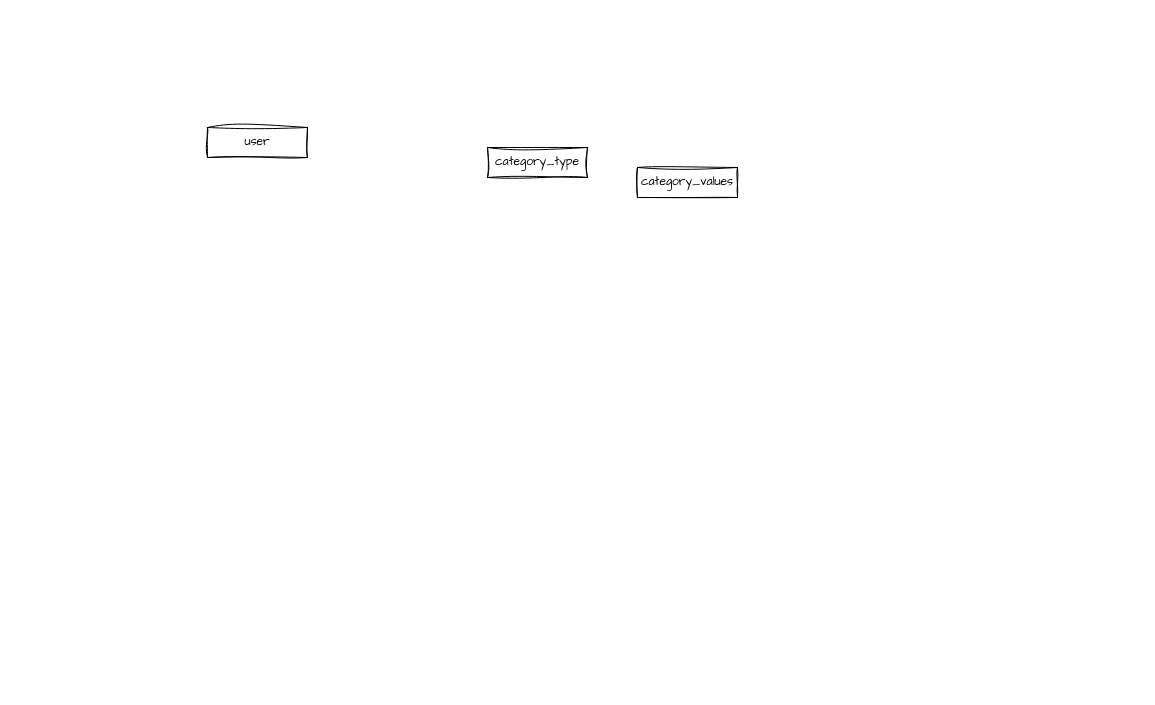
Vulpes0Zerda/archive-wizard-backend keeps this draw.io diagram as docs/infra/ConceptionalERD.drawio. Above is the earlier version. Source tidied: cells renumbered, new cells numbered last; positions are measured from the earlier drawing's top-left corner, leaving out a move shared by most shapes. Both pictures are drawn from the tidied source at 100%, with x=0, y=0 at pixel (207, 127).
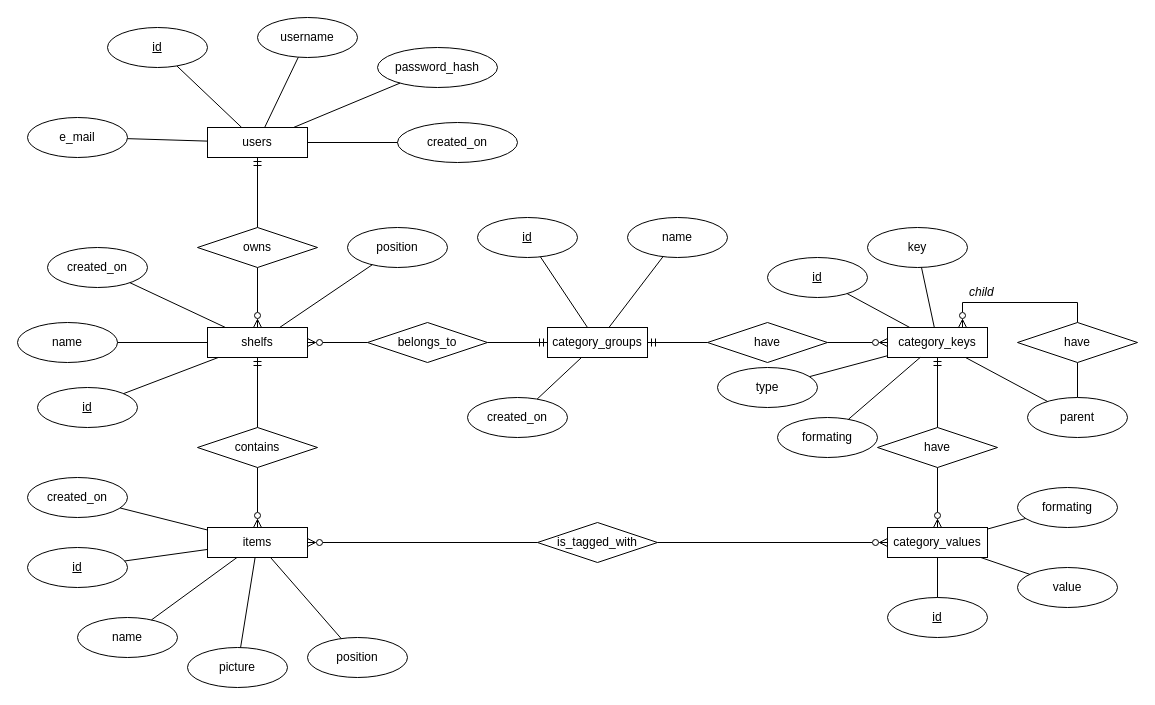
Above is the later version.

Commit message (it also covers changes not shown here):
ER diagram - first draft

What changed in the source:
```diff
@@
-    <mxCell id="2" value="user" style="whiteSpace=wrap;html=1;align=center;sketch=1;hachureGap=4;jiggle=2;curveFitting=1;fontFamily=Architects Daughter;" parent="1" vertex="1">
+    <mxCell id="2" value="users" style="whiteSpace=wrap;html=1;align=center;hachureGap=4;fontFamily=Helvetica;" parent="1" vertex="1">
       <mxGeometry width="100" height="30" as="geometry" />
     </mxCell>
-    <mxCell id="3" value="category_type" style="whiteSpace=wrap;html=1;align=center;sketch=1;hachureGap=4;jiggle=2;curveFitting=1;fontFamily=Architects Daughter;" parent="1" vertex="1">
-      <mxGeometry x="280" y="20" width="100" height="30" as="geometry" />
+    <mxCell id="3" value="category_keys" style="whiteSpace=wrap;html=1;align=center;hachureGap=4;fontFamily=Helvetica;" parent="1" vertex="1">
+      <mxGeometry x="680" y="200" width="100" height="30" as="geometry" />
     </mxCell>
-    <mxCell id="4" value="category_values" style="whiteSpace=wrap;html=1;align=center;sketch=1;hachureGap=4;jiggle=2;curveFitting=1;fontFamily=Architects Daughter;" parent="1" vertex="1">
-      <mxGeometry x="430" y="40" width="100" height="30" as="geometry" />
+    <mxCell id="4" value="category_values" style="whiteSpace=wrap;html=1;align=center;hachureGap=4;fontFamily=Helvetica;" parent="1" vertex="1">
+      <mxGeometry x="680" y="400" width="100" height="30" as="geometry" />
     </mxCell>
+    <mxCell id="5" value="username" style="ellipse;whiteSpace=wrap;html=1;align=center;hachureGap=4;fontFamily=Helvetica;" parent="1" vertex="1">
+      <mxGeometry x="50" y="-110" width="100" height="40" as="geometry" />
+    </mxCell>
+    <mxCell id="6" value="id" style="ellipse;whiteSpace=wrap;html=1;align=center;fontStyle=4;hachureGap=4;fontFamily=Helvetica;" parent="1" vertex="1">
+      <mxGeometry x="-100" y="-100" width="100" height="40" as="geometry" />
+    </mxCell>
+    <mxCell id="7" style="edgeStyle=none;rounded=0;hachureGap=4;jettySize=auto;html=1;fontFamily=Helvetica;endArrow=none;endFill=0;" parent="1" edge="1" source="8" target="2">
+      <mxGeometry relative="1" as="geometry" />
+    </mxCell>
+    <mxCell id="8" value="e_mail" style="ellipse;whiteSpace=wrap;html=1;align=center;hachureGap=4;fontFamily=Helvetica;" parent="1" vertex="1">
+      <mxGeometry x="-180" y="-10" width="100" height="40" as="geometry" />
+    </mxCell>
+    <mxCell id="9" value="password_hash" style="ellipse;whiteSpace=wrap;html=1;align=center;hachureGap=4;fontFamily=Helvetica;" parent="1" vertex="1">
+      <mxGeometry x="170" y="-80" width="120" height="40" as="geometry" />
+    </mxCell>
+    <mxCell id="10" style="edgeStyle=none;rounded=0;hachureGap=4;jettySize=auto;html=1;fontFamily=Helvetica;endArrow=none;endFill=0;" parent="1" edge="1" source="6" target="2">
+      <mxGeometry relative="1" as="geometry" />
+    </mxCell>
+    <mxCell id="11" style="edgeStyle=none;rounded=0;hachureGap=4;jettySize=auto;html=1;fontFamily=Helvetica;endArrow=none;endFill=0;" parent="1" edge="1" source="5" target="2">
+      <mxGeometry relative="1" as="geometry" />
+    </mxCell>
+    <mxCell id="12" style="edgeStyle=none;rounded=0;hachureGap=4;jettySize=auto;html=1;fontFamily=Helvetica;endArrow=none;endFill=0;" parent="1" edge="1" source="2" target="9">
+      <mxGeometry relative="1" as="geometry" />
+    </mxCell>
+    <mxCell id="13" value="shelfs" style="whiteSpace=wrap;html=1;align=center;hachureGap=4;fontFamily=Helvetica;" parent="1" vertex="1">
+      <mxGeometry y="200" width="100" height="30" as="geometry" />
+    </mxCell>
+    <mxCell id="14" style="edgeStyle=orthogonalEdgeStyle;rounded=0;hachureGap=4;jettySize=auto;html=1;exitX=0.5;exitY=0;exitDx=0;exitDy=0;entryX=0.5;entryY=1;entryDx=0;entryDy=0;fontFamily=Helvetica;endArrow=ERmandOne;endFill=0;" parent="1" edge="1" source="16" target="2">
+      <mxGeometry relative="1" as="geometry" />
+    </mxCell>
+    <mxCell id="15" style="edgeStyle=orthogonalEdgeStyle;rounded=0;hachureGap=4;jettySize=auto;html=1;exitX=0.5;exitY=1;exitDx=0;exitDy=0;entryX=0.5;entryY=0;entryDx=0;entryDy=0;fontFamily=Helvetica;endArrow=ERzeroToMany;endFill=0;" parent="1" edge="1" source="16" target="13">
+      <mxGeometry relative="1" as="geometry" />
+    </mxCell>
+    <mxCell id="16" value="owns" style="shape=rhombus;perimeter=rhombusPerimeter;whiteSpace=wrap;html=1;align=center;hachureGap=4;fontFamily=Helvetica;" parent="1" vertex="1">
+      <mxGeometry x="-10" y="100" width="120" height="40" as="geometry" />
+    </mxCell>
+    <mxCell id="17" value="items" style="whiteSpace=wrap;html=1;align=center;hachureGap=4;fontFamily=Helvetica;" parent="1" vertex="1">
+      <mxGeometry y="400" width="100" height="30" as="geometry" />
+    </mxCell>
+    <mxCell id="18" style="edgeStyle=orthogonalEdgeStyle;rounded=0;hachureGap=4;jettySize=auto;html=1;exitX=0.5;exitY=0;exitDx=0;exitDy=0;fontFamily=Helvetica;endArrow=ERmandOne;endFill=0;entryX=0.5;entryY=1;entryDx=0;entryDy=0;" parent="1" edge="1" source="20" target="13">
+      <mxGeometry relative="1" as="geometry" />
+    </mxCell>
+    <mxCell id="19" style="edgeStyle=orthogonalEdgeStyle;rounded=0;hachureGap=4;jettySize=auto;html=1;exitX=0.5;exitY=1;exitDx=0;exitDy=0;fontFamily=Helvetica;endArrow=ERzeroToMany;endFill=0;entryX=0.5;entryY=0;entryDx=0;entryDy=0;" parent="1" edge="1" source="20" target="17">
+      <mxGeometry relative="1" as="geometry" />
+    </mxCell>
+    <mxCell id="20" value="contains" style="shape=rhombus;perimeter=rhombusPerimeter;whiteSpace=wrap;html=1;align=center;hachureGap=4;fontFamily=Helvetica;" parent="1" vertex="1">
+      <mxGeometry x="-10" y="300" width="120" height="40" as="geometry" />
+    </mxCell>
+    <mxCell id="21" value="created_on" style="ellipse;whiteSpace=wrap;html=1;align=center;hachureGap=4;fontFamily=Helvetica;" parent="1" vertex="1">
+      <mxGeometry x="-160" y="120" width="100" height="40" as="geometry" />
+    </mxCell>
+    <mxCell id="22" style="edgeStyle=none;rounded=0;hachureGap=4;jettySize=auto;html=1;fontFamily=Helvetica;endArrow=none;endFill=0;" parent="1" edge="1" source="21" target="13">
+      <mxGeometry relative="1" as="geometry" />
+    </mxCell>
+    <mxCell id="23" style="edgeStyle=orthogonalEdgeStyle;rounded=0;hachureGap=4;jettySize=auto;html=1;exitX=0;exitY=0.5;exitDx=0;exitDy=0;entryX=1;entryY=0.5;entryDx=0;entryDy=0;fontFamily=Architects Daughter;endArrow=ERzeroToMany;endFill=0;" parent="1" edge="1" source="25" target="13">
+      <mxGeometry relative="1" as="geometry" />
+    </mxCell>
+    <mxCell id="24" style="edgeStyle=orthogonalEdgeStyle;rounded=0;hachureGap=4;jettySize=auto;html=1;exitX=1;exitY=0.5;exitDx=0;exitDy=0;entryX=0;entryY=0.5;entryDx=0;entryDy=0;fontFamily=Architects Daughter;endArrow=ERmandOne;endFill=0;" parent="1" edge="1" source="25" target="54">
+      <mxGeometry relative="1" as="geometry" />
+    </mxCell>
+    <mxCell id="25" value="belongs_to" style="shape=rhombus;perimeter=rhombusPerimeter;whiteSpace=wrap;html=1;align=center;hachureGap=4;fontFamily=Helvetica;" parent="1" vertex="1">
+      <mxGeometry x="160" y="195" width="120" height="40" as="geometry" />
+    </mxCell>
+    <mxCell id="26" value="created_on" style="ellipse;whiteSpace=wrap;html=1;align=center;hachureGap=4;fontFamily=Helvetica;" parent="1" vertex="1">
+      <mxGeometry x="190" y="-5" width="120" height="40" as="geometry" />
+    </mxCell>
+    <mxCell id="27" style="edgeStyle=none;rounded=0;hachureGap=4;jettySize=auto;html=1;fontFamily=Helvetica;endArrow=none;endFill=0;" parent="1" edge="1" source="2" target="26">
+      <mxGeometry relative="1" as="geometry" />
+    </mxCell>
+    <mxCell id="28" value="name" style="ellipse;whiteSpace=wrap;html=1;align=center;hachureGap=4;fontFamily=Helvetica;" parent="1" vertex="1">
+      <mxGeometry x="-190" y="195" width="100" height="40" as="geometry" />
+    </mxCell>
+    <mxCell id="29" style="edgeStyle=none;rounded=0;hachureGap=4;jettySize=auto;html=1;fontFamily=Helvetica;endArrow=none;endFill=0;" parent="1" edge="1" source="28" target="13">
+      <mxGeometry relative="1" as="geometry" />
+    </mxCell>
+    <mxCell id="30" value="id" style="ellipse;whiteSpace=wrap;html=1;align=center;fontStyle=4;hachureGap=4;fontFamily=Helvetica;" parent="1" vertex="1">
+      <mxGeometry x="-170" y="260" width="100" height="40" as="geometry" />
+    </mxCell>
+    <mxCell id="31" style="edgeStyle=none;rounded=0;hachureGap=4;jettySize=auto;html=1;fontFamily=Helvetica;endArrow=none;endFill=0;" parent="1" edge="1" source="30" target="13">
+      <mxGeometry relative="1" as="geometry" />
+    </mxCell>
+    <mxCell id="32" style="edgeStyle=orthogonalEdgeStyle;rounded=0;hachureGap=4;jettySize=auto;html=1;exitX=0;exitY=0.5;exitDx=0;exitDy=0;entryX=1;entryY=0.5;entryDx=0;entryDy=0;fontFamily=Architects Daughter;endArrow=ERzeroToMany;endFill=0;" parent="1" edge="1" source="34" target="17">
+      <mxGeometry relative="1" as="geometry" />
+    </mxCell>
+    <mxCell id="33" style="edgeStyle=orthogonalEdgeStyle;rounded=0;hachureGap=4;jettySize=auto;html=1;exitX=1;exitY=0.5;exitDx=0;exitDy=0;entryX=0;entryY=0.5;entryDx=0;entryDy=0;fontFamily=Architects Daughter;endArrow=ERzeroToMany;endFill=0;" parent="1" edge="1" source="34" target="4">
+      <mxGeometry relative="1" as="geometry" />
+    </mxCell>
+    <mxCell id="34" value="is_tagged_with" style="shape=rhombus;perimeter=rhombusPerimeter;whiteSpace=wrap;html=1;align=center;hachureGap=4;fontFamily=Helvetica;" parent="1" vertex="1">
+      <mxGeometry x="330" y="395" width="120" height="40" as="geometry" />
+    </mxCell>
+    <mxCell id="35" style="edgeStyle=orthogonalEdgeStyle;rounded=0;hachureGap=4;jettySize=auto;html=1;exitX=0.5;exitY=0;exitDx=0;exitDy=0;entryX=0.5;entryY=1;entryDx=0;entryDy=0;fontFamily=Architects Daughter;endArrow=ERmandOne;endFill=0;" parent="1" edge="1" source="37" target="3">
+      <mxGeometry relative="1" as="geometry" />
+    </mxCell>
+    <mxCell id="36" style="edgeStyle=orthogonalEdgeStyle;rounded=0;hachureGap=4;jettySize=auto;html=1;exitX=0.5;exitY=1;exitDx=0;exitDy=0;entryX=0.5;entryY=0;entryDx=0;entryDy=0;fontFamily=Architects Daughter;endArrow=ERzeroToMany;endFill=0;" parent="1" edge="1" source="37" target="4">
+      <mxGeometry relative="1" as="geometry" />
+    </mxCell>
+    <mxCell id="37" value="have" style="shape=rhombus;perimeter=rhombusPerimeter;whiteSpace=wrap;html=1;align=center;hachureGap=4;fontFamily=Helvetica;" parent="1" vertex="1">
+      <mxGeometry x="670" y="300" width="120" height="40" as="geometry" />
+    </mxCell>
+    <mxCell id="38" value="id" style="ellipse;whiteSpace=wrap;html=1;align=center;fontStyle=4;hachureGap=4;fontFamily=Helvetica;" parent="1" vertex="1">
+      <mxGeometry x="-180" y="420" width="100" height="40" as="geometry" />
+    </mxCell>
+    <mxCell id="39" style="edgeStyle=none;rounded=0;hachureGap=4;jettySize=auto;html=1;fontFamily=Helvetica;endArrow=none;endFill=0;" parent="1" edge="1" source="38" target="17">
+      <mxGeometry relative="1" as="geometry" />
+    </mxCell>
+    <mxCell id="40" value="name" style="ellipse;whiteSpace=wrap;html=1;align=center;hachureGap=4;fontFamily=Helvetica;" parent="1" vertex="1">
+      <mxGeometry x="-130" y="490" width="100" height="40" as="geometry" />
+    </mxCell>
+    <mxCell id="41" style="edgeStyle=none;rounded=0;hachureGap=4;jettySize=auto;html=1;fontFamily=Helvetica;endArrow=none;endFill=0;" parent="1" edge="1" source="40" target="17">
+      <mxGeometry relative="1" as="geometry" />
+    </mxCell>
+    <mxCell id="42" value="created_on" style="ellipse;whiteSpace=wrap;html=1;align=center;hachureGap=4;fontFamily=Helvetica;" parent="1" vertex="1">
+      <mxGeometry x="-180" y="350" width="100" height="40" as="geometry" />
+    </mxCell>
+    <mxCell id="43" style="edgeStyle=none;rounded=0;hachureGap=4;jettySize=auto;html=1;fontFamily=Helvetica;endArrow=none;endFill=0;" parent="1" edge="1" source="42" target="17">
+      <mxGeometry relative="1" as="geometry" />
+    </mxCell>
+    <mxCell id="44" value="picture" style="ellipse;whiteSpace=wrap;html=1;align=center;hachureGap=4;fontFamily=Helvetica;" parent="1" vertex="1">
+      <mxGeometry x="-20" y="520" width="100" height="40" as="geometry" />
+    </mxCell>
+    <mxCell id="45" style="edgeStyle=none;rounded=0;hachureGap=4;jettySize=auto;html=1;fontFamily=Helvetica;endArrow=none;endFill=0;" parent="1" edge="1" source="44" target="17">
+      <mxGeometry relative="1" as="geometry" />
+    </mxCell>
+    <mxCell id="46" value="position" style="ellipse;whiteSpace=wrap;html=1;align=center;hachureGap=4;fontFamily=Helvetica;" parent="1" vertex="1">
+      <mxGeometry x="100" y="510" width="100" height="40" as="geometry" />
+    </mxCell>
+    <mxCell id="47" style="edgeStyle=none;rounded=0;hachureGap=4;jettySize=auto;html=1;fontFamily=Helvetica;endArrow=none;endFill=0;" parent="1" edge="1" source="46" target="17">
+      <mxGeometry relative="1" as="geometry" />
+    </mxCell>
+    <mxCell id="48" value="position" style="ellipse;whiteSpace=wrap;html=1;align=center;hachureGap=4;fontFamily=Helvetica;" parent="1" vertex="1">
+      <mxGeometry x="140" y="100" width="100" height="40" as="geometry" />
+    </mxCell>
+    <mxCell id="49" style="edgeStyle=none;rounded=0;hachureGap=4;jettySize=auto;html=1;fontFamily=Helvetica;endArrow=none;endFill=0;" parent="1" edge="1" source="48" target="13">
+      <mxGeometry relative="1" as="geometry" />
+    </mxCell>
+    <mxCell id="50" value="id" style="ellipse;whiteSpace=wrap;html=1;align=center;fontStyle=4;hachureGap=4;fontFamily=Helvetica;" parent="1" vertex="1">
+      <mxGeometry x="560" y="130" width="100" height="40" as="geometry" />
+    </mxCell>
+    <mxCell id="51" style="edgeStyle=none;rounded=0;hachureGap=4;jettySize=auto;html=1;fontFamily=Helvetica;endArrow=none;endFill=0;" parent="1" edge="1" source="50" target="3">
+      <mxGeometry relative="1" as="geometry" />
+    </mxCell>
+    <mxCell id="52" value="id" style="ellipse;whiteSpace=wrap;html=1;align=center;fontStyle=4;hachureGap=4;fontFamily=Helvetica;" parent="1" vertex="1">
+      <mxGeometry x="680" y="470" width="100" height="40" as="geometry" />
+    </mxCell>
+    <mxCell id="53" style="edgeStyle=none;rounded=0;hachureGap=4;jettySize=auto;html=1;fontFamily=Helvetica;endArrow=none;endFill=0;" parent="1" edge="1" source="52" target="4">
+      <mxGeometry relative="1" as="geometry" />
+    </mxCell>
+    <mxCell id="54" value="category_groups" style="whiteSpace=wrap;html=1;align=center;hachureGap=4;fontFamily=Helvetica;" parent="1" vertex="1">
+      <mxGeometry x="340" y="200" width="100" height="30" as="geometry" />
+    </mxCell>
+    <mxCell id="55" style="edgeStyle=orthogonalEdgeStyle;rounded=0;hachureGap=4;jettySize=auto;html=1;exitX=1;exitY=0.5;exitDx=0;exitDy=0;entryX=0;entryY=0.5;entryDx=0;entryDy=0;fontFamily=Architects Daughter;endArrow=ERzeroToMany;endFill=0;" parent="1" edge="1" source="57" target="3">
+      <mxGeometry relative="1" as="geometry" />
+    </mxCell>
+    <mxCell id="56" style="edgeStyle=orthogonalEdgeStyle;rounded=0;hachureGap=4;jettySize=auto;html=1;exitX=0;exitY=0.5;exitDx=0;exitDy=0;entryX=1;entryY=0.5;entryDx=0;entryDy=0;fontFamily=Architects Daughter;endArrow=ERmandOne;endFill=0;" parent="1" edge="1" source="57" target="54">
+      <mxGeometry relative="1" as="geometry" />
+    </mxCell>
+    <mxCell id="57" value="have" style="shape=rhombus;perimeter=rhombusPerimeter;whiteSpace=wrap;html=1;align=center;hachureGap=4;fontFamily=Helvetica;" parent="1" vertex="1">
+      <mxGeometry x="500" y="195" width="120" height="40" as="geometry" />
+    </mxCell>
+    <mxCell id="58" value="id" style="ellipse;whiteSpace=wrap;html=1;align=center;fontStyle=4;hachureGap=4;fontFamily=Helvetica;" parent="1" vertex="1">
+      <mxGeometry x="270" y="90" width="100" height="40" as="geometry" />
+    </mxCell>
+    <mxCell id="59" style="edgeStyle=none;rounded=0;hachureGap=4;jettySize=auto;html=1;fontFamily=Helvetica;endArrow=none;endFill=0;" parent="1" edge="1" source="58" target="54">
+      <mxGeometry relative="1" as="geometry" />
+    </mxCell>
+    <mxCell id="60" style="edgeStyle=orthogonalEdgeStyle;rounded=0;hachureGap=4;jettySize=auto;html=1;exitX=0.5;exitY=1;exitDx=0;exitDy=0;fontFamily=Architects Daughter;endArrow=none;endFill=0;entryX=0.5;entryY=0;entryDx=0;entryDy=0;" parent="1" edge="1" source="62" target="68">
+      <mxGeometry relative="1" as="geometry" />
+    </mxCell>
+    <mxCell id="61" style="edgeStyle=orthogonalEdgeStyle;rounded=0;hachureGap=4;jettySize=auto;html=1;exitX=0.5;exitY=0;exitDx=0;exitDy=0;entryX=0.75;entryY=0;entryDx=0;entryDy=0;fontFamily=Architects Daughter;endArrow=ERzeroToMany;endFill=0;" parent="1" edge="1" source="62" target="3">
+      <mxGeometry relative="1" as="geometry" />
+    </mxCell>
+    <mxCell id="62" value="have" style="shape=rhombus;perimeter=rhombusPerimeter;whiteSpace=wrap;html=1;align=center;hachureGap=4;fontFamily=Helvetica;" parent="1" vertex="1">
+      <mxGeometry x="810" y="195" width="120" height="40" as="geometry" />
+    </mxCell>
+    <mxCell id="63" value="child" style="text;html=1;whiteSpace=wrap;strokeColor=none;fillColor=none;align=left;verticalAlign=middle;rounded=0;fontFamily=Helvetica;fontStyle=2;" parent="1" vertex="1">
+      <mxGeometry x="760" y="160" width="80" height="10" as="geometry" />
+    </mxCell>
+    <mxCell id="64" value="name" style="ellipse;whiteSpace=wrap;html=1;align=center;fontStyle=0;hachureGap=4;fontFamily=Helvetica;" parent="1" vertex="1">
+      <mxGeometry x="420" y="90" width="100" height="40" as="geometry" />
+    </mxCell>
+    <mxCell id="65" style="edgeStyle=none;rounded=0;hachureGap=4;jettySize=auto;html=1;fontFamily=Helvetica;endArrow=none;endFill=0;" parent="1" edge="1" source="64" target="54">
+      <mxGeometry relative="1" as="geometry" />
+    </mxCell>
+    <mxCell id="66" value="created_on" style="ellipse;whiteSpace=wrap;html=1;align=center;hachureGap=4;fontFamily=Helvetica;" parent="1" vertex="1">
+      <mxGeometry x="260" y="270" width="100" height="40" as="geometry" />
+    </mxCell>
+    <mxCell id="67" style="edgeStyle=none;rounded=0;hachureGap=4;jettySize=auto;html=1;fontFamily=Helvetica;endArrow=none;endFill=0;" parent="1" edge="1" source="66" target="54">
+      <mxGeometry relative="1" as="geometry" />
+    </mxCell>
+    <mxCell id="68" value="parent" style="ellipse;whiteSpace=wrap;html=1;align=center;fontStyle=0;hachureGap=4;fontFamily=Helvetica;" parent="1" vertex="1">
+      <mxGeometry x="820" y="270" width="100" height="40" as="geometry" />
+    </mxCell>
+    <mxCell id="69" style="edgeStyle=none;rounded=0;hachureGap=4;jettySize=auto;html=1;fontFamily=Helvetica;endArrow=none;endFill=0;" parent="1" edge="1" source="68" target="3">
+      <mxGeometry relative="1" as="geometry" />
+    </mxCell>
+    <mxCell id="70" value="key" style="ellipse;whiteSpace=wrap;html=1;align=center;fontStyle=0;hachureGap=4;fontFamily=Helvetica;" parent="1" vertex="1">
+      <mxGeometry x="660" y="100" width="100" height="40" as="geometry" />
+    </mxCell>
+    <mxCell id="71" style="edgeStyle=none;rounded=0;hachureGap=4;jettySize=auto;html=1;fontFamily=Helvetica;endArrow=none;endFill=0;" parent="1" edge="1" source="70" target="3">
+      <mxGeometry relative="1" as="geometry" />
+    </mxCell>
+    <mxCell id="72" value="type" style="ellipse;whiteSpace=wrap;html=1;align=center;fontStyle=0;hachureGap=4;fontFamily=Helvetica;" parent="1" vertex="1">
+      <mxGeometry x="510" y="240" width="100" height="40" as="geometry" />
+    </mxCell>
+    <mxCell id="73" style="edgeStyle=none;rounded=0;hachureGap=4;jettySize=auto;html=1;fontFamily=Helvetica;endArrow=none;endFill=0;" parent="1" edge="1" source="72" target="3">
+      <mxGeometry relative="1" as="geometry" />
+    </mxCell>
+    <mxCell id="74" value="formating" style="ellipse;whiteSpace=wrap;html=1;align=center;fontStyle=0;hachureGap=4;fontFamily=Helvetica;" parent="1" vertex="1">
+      <mxGeometry x="570" y="290" width="100" height="40" as="geometry" />
+    </mxCell>
+    <mxCell id="75" style="edgeStyle=none;rounded=0;hachureGap=4;jettySize=auto;html=1;fontFamily=Helvetica;endArrow=none;endFill=0;" parent="1" edge="1" source="74" target="3">
+      <mxGeometry relative="1" as="geometry" />
+    </mxCell>
+    <mxCell id="76" value="value" style="ellipse;whiteSpace=wrap;html=1;align=center;fontStyle=0;hachureGap=4;fontFamily=Helvetica;" parent="1" vertex="1">
+      <mxGeometry x="810" y="440" width="100" height="40" as="geometry" />
+    </mxCell>
+    <mxCell id="77" style="edgeStyle=none;rounded=0;hachureGap=4;jettySize=auto;html=1;fontFamily=Helvetica;endArrow=none;endFill=0;" parent="1" edge="1" source="76" target="4">
+      <mxGeometry relative="1" as="geometry" />
+    </mxCell>
+    <mxCell id="78" value="formating" style="ellipse;whiteSpace=wrap;html=1;align=center;fontStyle=0;hachureGap=4;fontFamily=Helvetica;" parent="1" vertex="1">
+      <mxGeometry x="810" y="360" width="100" height="40" as="geometry" />
+    </mxCell>
+    <mxCell id="79" style="edgeStyle=none;rounded=0;hachureGap=4;jettySize=auto;html=1;fontFamily=Helvetica;endArrow=none;endFill=0;" parent="1" edge="1" source="78" target="4">
+      <mxGeometry relative="1" as="geometry" />
+    </mxCell>
```
